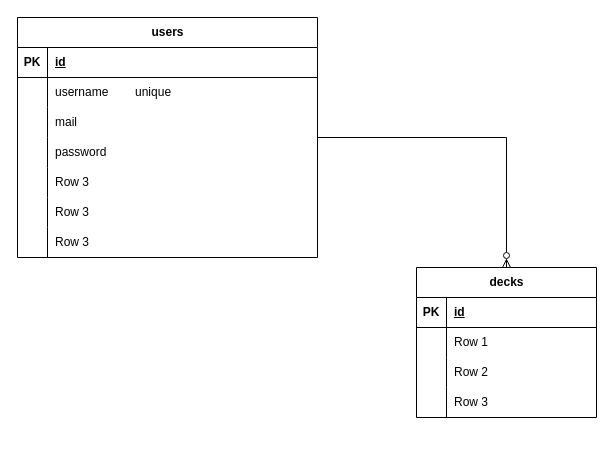
Earlier version of the draw.io diagram language.drawio (hamzarzine2/immersion-tracker). Source tidied: cells renumbered, new cells numbered last; positions are measured from the earlier drawing's top-left corner, leaving out a move shared by most shapes. Both pictures are drawn from the tidied source at 100%, with x=0, y=0 at pixel (17, 17).
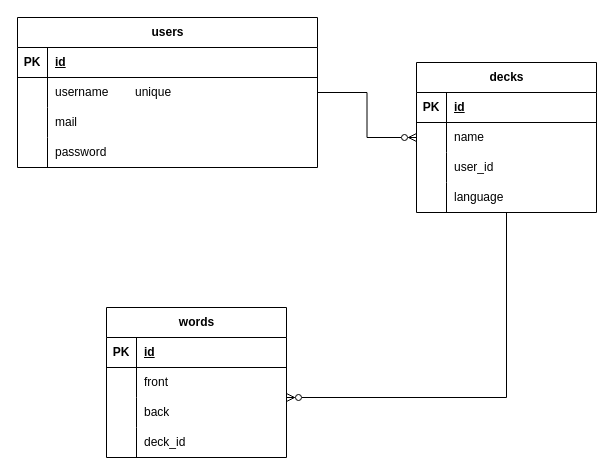
The same page after the edit.

Unchanged cells that the change refers to:
```xml
<mxCell id="29" style="shape=tableRow;horizontal=0;startSize=0;swimlaneHead=0;swimlaneBody=0;fillColor=none;top=0;left=0;right=0;bottom=0;" parent="25" vertex="1">
  <mxGeometry y="60" width="180" height="30" as="geometry" />
</mxCell>
<mxCell id="32" style="shape=tableRow;horizontal=0;startSize=0;swimlaneHead=0;swimlaneBody=0;fillColor=none;top=0;left=0;right=0;bottom=0;" parent="25" vertex="1">
  <mxGeometry y="90" width="180" height="30" as="geometry" />
</mxCell>
<mxCell id="35" style="shape=tableRow;horizontal=0;startSize=0;swimlaneHead=0;swimlaneBody=0;fillColor=none;top=0;left=0;right=0;bottom=0;" parent="25" vertex="1">
  <mxGeometry y="120" width="180" height="30" as="geometry" />
</mxCell>
```

What changed in the source:
```diff
@@
     <mxCell id="3" value="users" style="shape=table;startSize=30;childLayout=tableLayout;rowLines=0;fontStyle=1;align=center;html=1;" parent="1" vertex="1">
-      <mxGeometry width="300" height="240" as="geometry" />
+      <mxGeometry width="300" height="150" as="geometry" />
     </mxCell>
@@
-    <mxCell id="16" style="shape=tableRow;horizontal=0;startSize=0;swimlaneHead=0;swimlaneBody=0;fillColor=none;top=0;left=0;right=0;bottom=0;" parent="3" vertex="1">
-      <mxGeometry y="150" width="300" height="30" as="geometry" />
-    </mxCell>
-    <mxCell id="17" style="shape=partialRectangle;fillColor=none;top=0;left=0;bottom=0;right=0;overflow=hidden;whiteSpace=wrap;html=1;" parent="16" vertex="1">
-      <mxGeometry width="30" height="30" as="geometry" />
-    </mxCell>
-    <mxCell id="18" value="Row 3" style="shape=partialRectangle;fillColor=none;top=0;left=0;bottom=0;right=0;align=left;spacingLeft=6;overflow=hidden;whiteSpace=wrap;html=1;" parent="16" vertex="1">
-      <mxGeometry x="30" width="270" height="30" as="geometry" />
-    </mxCell>
-    <mxCell id="19" style="shape=tableRow;horizontal=0;startSize=0;swimlaneHead=0;swimlaneBody=0;fillColor=none;top=0;left=0;right=0;bottom=0;" parent="3" vertex="1">
-      <mxGeometry y="180" width="300" height="30" as="geometry" />
-    </mxCell>
-    <mxCell id="20" style="shape=partialRectangle;fillColor=none;top=0;left=0;bottom=0;right=0;overflow=hidden;whiteSpace=wrap;html=1;" parent="19" vertex="1">
-      <mxGeometry width="30" height="30" as="geometry" />
-    </mxCell>
-    <mxCell id="21" value="Row 3" style="shape=partialRectangle;fillColor=none;top=0;left=0;bottom=0;right=0;align=left;spacingLeft=6;overflow=hidden;whiteSpace=wrap;html=1;" parent="19" vertex="1">
-      <mxGeometry x="30" width="270" height="30" as="geometry" />
-    </mxCell>
-    <mxCell id="22" style="shape=tableRow;horizontal=0;startSize=0;swimlaneHead=0;swimlaneBody=0;fillColor=none;top=0;left=0;right=0;bottom=0;" parent="3" vertex="1">
-      <mxGeometry y="210" width="300" height="30" as="geometry" />
-    </mxCell>
-    <mxCell id="23" style="shape=partialRectangle;fillColor=none;top=0;left=0;bottom=0;right=0;overflow=hidden;whiteSpace=wrap;html=1;" parent="22" vertex="1">
-      <mxGeometry width="30" height="30" as="geometry" />
-    </mxCell>
-    <mxCell id="24" value="Row 3" style="shape=partialRectangle;fillColor=none;top=0;left=0;bottom=0;right=0;align=left;spacingLeft=6;overflow=hidden;whiteSpace=wrap;html=1;" parent="22" vertex="1">
-      <mxGeometry x="30" width="270" height="30" as="geometry" />
-    </mxCell>
+    <mxCell id="38" style="edgeStyle=orthogonalEdgeStyle;rounded=0;jettySize=auto;html=1;endArrow=ERzeroToMany;endFill=0;" parent="1" edge="1" source="25" target="39">
+      <mxGeometry relative="1" as="geometry">
+        <Array as="points">
+          <mxPoint x="489" y="380" />
+        </Array>
+      </mxGeometry>
+    </mxCell>
     <mxCell id="25" value="decks" style="shape=table;startSize=30;childLayout=tableLayout;rowLines=0;fontStyle=1;align=center;html=1;" parent="1" vertex="1">
-      <mxGeometry x="399" y="250" width="180" height="150" as="geometry" />
+      <mxGeometry x="399" y="45" width="180" height="150" as="geometry" />
     </mxCell>
@@
-    <mxCell id="31" value="Row 1" style="shape=partialRectangle;fillColor=none;top=0;left=0;bottom=0;right=0;align=left;spacingLeft=6;overflow=hidden;whiteSpace=wrap;html=1;" parent="29" vertex="1">
+    <mxCell id="31" value="name" style="shape=partialRectangle;fillColor=none;top=0;left=0;bottom=0;right=0;align=left;spacingLeft=6;overflow=hidden;whiteSpace=wrap;html=1;" parent="29" vertex="1">
       <mxGeometry x="30" width="150" height="30" as="geometry" />
     </mxCell>
@@
-    <mxCell id="34" value="Row 2" style="shape=partialRectangle;fillColor=none;top=0;left=0;bottom=0;right=0;align=left;spacingLeft=6;overflow=hidden;whiteSpace=wrap;html=1;" parent="32" vertex="1">
+    <mxCell id="34" value="user_id" style="shape=partialRectangle;fillColor=none;top=0;left=0;bottom=0;right=0;align=left;spacingLeft=6;overflow=hidden;whiteSpace=wrap;html=1;" parent="32" vertex="1">
       <mxGeometry x="30" width="150" height="30" as="geometry" />
     </mxCell>
@@
-    <mxCell id="37" value="Row 3" style="shape=partialRectangle;fillColor=none;top=0;left=0;bottom=0;right=0;align=left;spacingLeft=6;overflow=hidden;whiteSpace=wrap;html=1;" parent="35" vertex="1">
+    <mxCell id="37" value="language" style="shape=partialRectangle;fillColor=none;top=0;left=0;bottom=0;right=0;align=left;spacingLeft=6;overflow=hidden;whiteSpace=wrap;html=1;" parent="35" vertex="1">
       <mxGeometry x="30" width="150" height="30" as="geometry" />
     </mxCell>
+    <mxCell id="39" value="words" style="shape=table;startSize=30;childLayout=tableLayout;rowLines=0;fontStyle=1;align=center;html=1;" parent="1" vertex="1">
+      <mxGeometry x="89" y="290" width="180" height="150" as="geometry" />
+    </mxCell>
+    <mxCell id="40" style="shape=tableRow;horizontal=0;startSize=0;swimlaneHead=0;swimlaneBody=0;fillColor=none;top=0;left=0;right=0;bottom=1;" parent="39" vertex="1">
+      <mxGeometry y="30" width="180" height="30" as="geometry" />
+    </mxCell>
+    <mxCell id="41" value="PK" style="shape=partialRectangle;fillColor=none;top=0;left=0;bottom=0;right=0;fontStyle=1;overflow=hidden;whiteSpace=wrap;html=1;" parent="40" vertex="1">
+      <mxGeometry width="30" height="30" as="geometry" />
+    </mxCell>
+    <mxCell id="42" value="id" style="shape=partialRectangle;fillColor=none;top=0;left=0;bottom=0;right=0;align=left;spacingLeft=6;fontStyle=5;overflow=hidden;whiteSpace=wrap;html=1;" parent="40" vertex="1">
+      <mxGeometry x="30" width="150" height="30" as="geometry" />
+    </mxCell>
+    <mxCell id="43" style="shape=tableRow;horizontal=0;startSize=0;swimlaneHead=0;swimlaneBody=0;fillColor=none;top=0;left=0;right=0;bottom=0;" parent="39" vertex="1">
+      <mxGeometry y="60" width="180" height="30" as="geometry" />
+    </mxCell>
+    <mxCell id="44" style="shape=partialRectangle;fillColor=none;top=0;left=0;bottom=0;right=0;overflow=hidden;whiteSpace=wrap;html=1;" parent="43" vertex="1">
+      <mxGeometry width="30" height="30" as="geometry" />
+    </mxCell>
+    <mxCell id="45" value="front" style="shape=partialRectangle;fillColor=none;top=0;left=0;bottom=0;right=0;align=left;spacingLeft=6;overflow=hidden;whiteSpace=wrap;html=1;" parent="43" vertex="1">
+      <mxGeometry x="30" width="150" height="30" as="geometry" />
+    </mxCell>
+    <mxCell id="46" style="shape=tableRow;horizontal=0;startSize=0;swimlaneHead=0;swimlaneBody=0;fillColor=none;top=0;left=0;right=0;bottom=0;" parent="39" vertex="1">
+      <mxGeometry y="90" width="180" height="30" as="geometry" />
+    </mxCell>
+    <mxCell id="47" style="shape=partialRectangle;fillColor=none;top=0;left=0;bottom=0;right=0;overflow=hidden;whiteSpace=wrap;html=1;" parent="46" vertex="1">
+      <mxGeometry width="30" height="30" as="geometry" />
+    </mxCell>
+    <mxCell id="48" value="back" style="shape=partialRectangle;fillColor=none;top=0;left=0;bottom=0;right=0;align=left;spacingLeft=6;overflow=hidden;whiteSpace=wrap;html=1;" parent="46" vertex="1">
+      <mxGeometry x="30" width="150" height="30" as="geometry" />
+    </mxCell>
+    <mxCell id="49" style="shape=tableRow;horizontal=0;startSize=0;swimlaneHead=0;swimlaneBody=0;fillColor=none;top=0;left=0;right=0;bottom=0;" parent="39" vertex="1">
+      <mxGeometry y="120" width="180" height="30" as="geometry" />
+    </mxCell>
+    <mxCell id="50" style="shape=partialRectangle;fillColor=none;top=0;left=0;bottom=0;right=0;overflow=hidden;whiteSpace=wrap;html=1;" parent="49" vertex="1">
+      <mxGeometry width="30" height="30" as="geometry" />
+    </mxCell>
+    <mxCell id="51" value="deck_id" style="shape=partialRectangle;fillColor=none;top=0;left=0;bottom=0;right=0;align=left;spacingLeft=6;overflow=hidden;whiteSpace=wrap;html=1;" parent="49" vertex="1">
+      <mxGeometry x="30" width="150" height="30" as="geometry" />
+    </mxCell>
```
